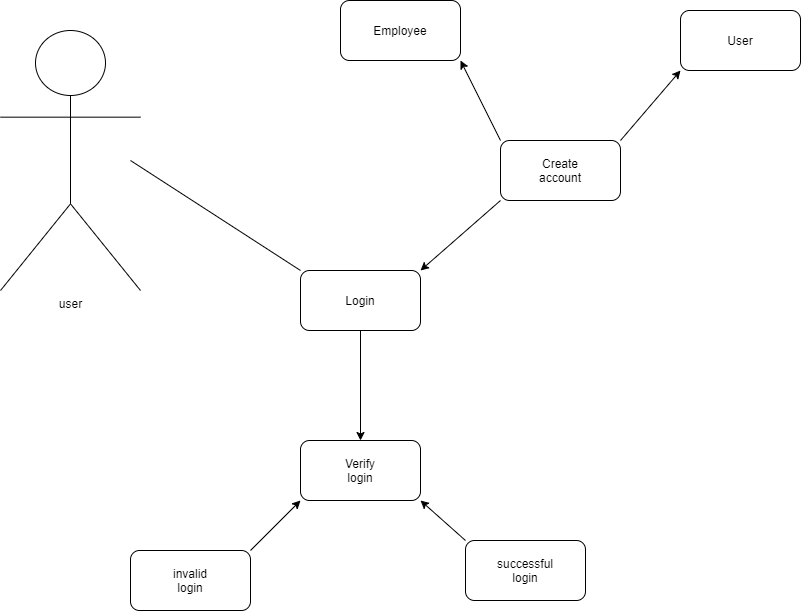
The draw.io diagram docs/useCases/login.png in katiecorcoran/cs3450-group-4, before a commit. Source tidied: cells renumbered, new cells last; positions are measured from the earlier drawing's top-left corner, leaving out a move shared by most shapes.
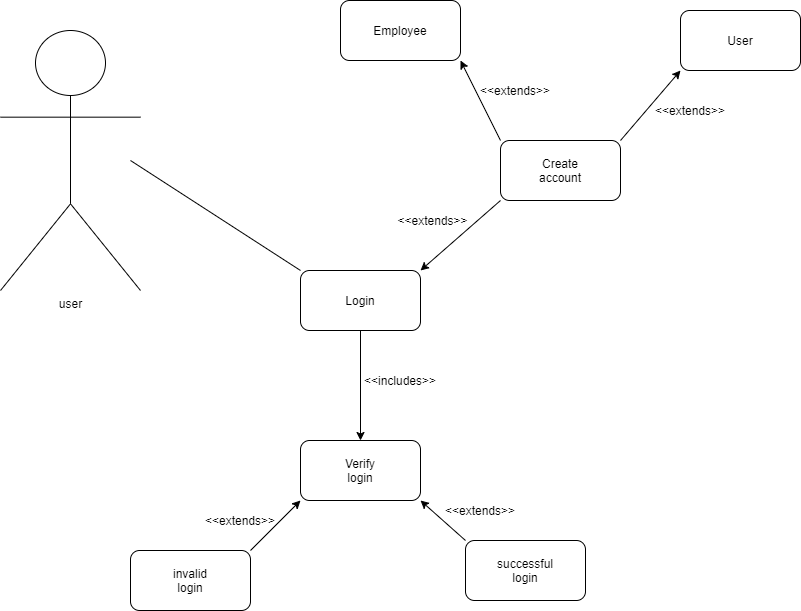
After the change.

Commit message:
updated add lot and loging class diagrams

Change to the diagram source:
```diff
@@ -81,5 +81,23 @@
     <mxCell id="23" value="Verify login" style="text;html=1;strokeColor=none;fillColor=none;align=center;verticalAlign=middle;whiteSpace=wrap;rounded=0;" parent="1" vertex="1">
       <mxGeometry x="335" y="455" width="50" height="30" as="geometry" />
     </mxCell>
+    <mxCell id="24" value="&amp;lt;&amp;lt;extends&amp;gt;&amp;gt;" style="text;html=1;strokeColor=none;fillColor=none;align=center;verticalAlign=middle;whiteSpace=wrap;rounded=0;" parent="1" vertex="1">
+      <mxGeometry x="480" y="80" width="70" height="20" as="geometry" />
+    </mxCell>
+    <mxCell id="25" value="&amp;lt;&amp;lt;extends&amp;gt;&amp;gt;" style="text;html=1;strokeColor=none;fillColor=none;align=center;verticalAlign=middle;whiteSpace=wrap;rounded=0;" parent="1" vertex="1">
+      <mxGeometry x="650" y="100" width="80" height="20" as="geometry" />
+    </mxCell>
+    <mxCell id="26" value="&amp;lt;&amp;lt;includes&amp;gt;&amp;gt;" style="text;html=1;strokeColor=none;fillColor=none;align=center;verticalAlign=middle;whiteSpace=wrap;rounded=0;" parent="1" vertex="1">
+      <mxGeometry x="370" y="370" width="60" height="20" as="geometry" />
+    </mxCell>
+    <mxCell id="27" value="&amp;lt;&amp;lt;extends&amp;gt;&amp;gt;" style="text;html=1;strokeColor=none;fillColor=none;align=center;verticalAlign=middle;whiteSpace=wrap;rounded=0;" parent="1" vertex="1">
+      <mxGeometry x="400" y="210" width="65" height="20" as="geometry" />
+    </mxCell>
+    <mxCell id="28" value="&amp;lt;&amp;lt;extends&amp;gt;&amp;gt;" style="text;html=1;strokeColor=none;fillColor=none;align=center;verticalAlign=middle;whiteSpace=wrap;rounded=0;" parent="1" vertex="1">
+      <mxGeometry x="210" y="510" width="60" height="20" as="geometry" />
+    </mxCell>
+    <mxCell id="29" value="&amp;lt;&amp;lt;extends&amp;gt;&amp;gt;" style="text;html=1;strokeColor=none;fillColor=none;align=center;verticalAlign=middle;whiteSpace=wrap;rounded=0;" parent="1" vertex="1">
+      <mxGeometry x="450" y="500" width="60" height="20" as="geometry" />
+    </mxCell>
   </root>
 </mxGraphModel>
```
